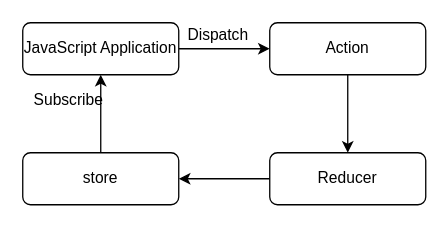
The draw.io diagram Untitled Diagram.drawio in SalvadorLekan/Beserver, before the edit. Source tidied: cells renumbered, new cells numbered last; positions are measured from the earlier drawing's top-left corner, leaving out a move shared by most shapes. Both pictures are drawn from the tidied source at 130%, with x=0, y=0 at pixel (22, 22).
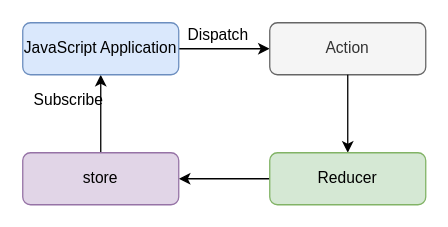
Above is the later version.

The edit, as a diff of the source:
```diff
@@
 <mxGraphModel background="#FFFFFF">
   <root>
     <mxCell id="0" />
     <mxCell id="1" parent="0" />
-    <mxCell id="2" style="edgeStyle=orthogonalEdgeStyle;rounded=0;jettySize=auto;html=1;" parent="1" edge="1" source="4" target="5">
+    <mxCell id="2" style="edgeStyle=orthogonalEdgeStyle;jettySize=auto;html=1;curved=1;" parent="1" edge="1" source="4" target="5">
       <mxGeometry relative="1" as="geometry" />
     </mxCell>
-    <mxCell id="3" style="edgeStyle=orthogonalEdgeStyle;rounded=0;jettySize=auto;html=1;" parent="1" edge="1" source="7" target="4">
+    <mxCell id="3" style="edgeStyle=orthogonalEdgeStyle;jettySize=auto;html=1;curved=1;" parent="1" edge="1" source="7" target="4">
       <mxGeometry relative="1" as="geometry" />
     </mxCell>
-    <mxCell id="4" value="JavaScript Application" style="rounded=1;whiteSpace=wrap;html=1;fontSize=12;glass=0;strokeWidth=1;shadow=0;" parent="1" vertex="1">
+    <mxCell id="4" value="JavaScript Application" style="whiteSpace=wrap;html=1;fontSize=12;glass=0;strokeWidth=1;shadow=0;rounded=1;fillColor=#dae8fc;strokeColor=#6c8ebf;" parent="1" vertex="1">
       <mxGeometry width="120" height="40" as="geometry" />
     </mxCell>
-    <mxCell id="5" value="Action" style="rounded=1;whiteSpace=wrap;html=1;fontSize=12;glass=0;strokeWidth=1;shadow=0;" parent="1" vertex="1">
+    <mxCell id="5" value="Action" style="whiteSpace=wrap;html=1;fontSize=12;glass=0;strokeWidth=1;shadow=0;rounded=1;fillColor=#f5f5f5;strokeColor=#666666;fontColor=#333333;" parent="1" vertex="1">
       <mxGeometry x="190" width="120" height="40" as="geometry" />
     </mxCell>
-    <mxCell id="6" style="edgeStyle=orthogonalEdgeStyle;rounded=0;jettySize=auto;html=1;" parent="1" edge="1" source="9" target="7">
+    <mxCell id="6" style="edgeStyle=orthogonalEdgeStyle;jettySize=auto;html=1;curved=1;" parent="1" edge="1" source="9" target="7">
       <mxGeometry relative="1" as="geometry" />
     </mxCell>
-    <mxCell id="7" value="store" style="rounded=1;whiteSpace=wrap;html=1;fontSize=12;glass=0;strokeWidth=1;shadow=0;" parent="1" vertex="1">
+    <mxCell id="7" value="store" style="whiteSpace=wrap;html=1;fontSize=12;glass=0;strokeWidth=1;shadow=0;rounded=1;fillColor=#e1d5e7;strokeColor=#9673a6;" parent="1" vertex="1">
       <mxGeometry y="100" width="120" height="40" as="geometry" />
     </mxCell>
-    <mxCell id="8" style="edgeStyle=orthogonalEdgeStyle;rounded=0;jettySize=auto;html=1;" parent="1" edge="1" source="5" target="9">
+    <mxCell id="8" style="edgeStyle=orthogonalEdgeStyle;jettySize=auto;html=1;curved=1;" parent="1" edge="1" source="5" target="9">
       <mxGeometry relative="1" as="geometry" />
     </mxCell>
-    <mxCell id="9" value="Reducer" style="rounded=1;whiteSpace=wrap;html=1;fontSize=12;glass=0;strokeWidth=1;shadow=0;" parent="1" vertex="1">
+    <mxCell id="9" value="Reducer" style="whiteSpace=wrap;html=1;fontSize=12;glass=0;strokeWidth=1;shadow=0;rounded=1;fillColor=#d5e8d4;strokeColor=#82b366;" parent="1" vertex="1">
       <mxGeometry x="190" y="100" width="120" height="40" as="geometry" />
     </mxCell>
-    <mxCell id="10" value="Dispatch" style="text;html=1;align=center;verticalAlign=middle;" parent="1" vertex="1">
+    <mxCell id="10" value="Dispatch" style="text;html=1;align=center;verticalAlign=middle;rounded=1;" parent="1" vertex="1">
       <mxGeometry x="120" width="60" height="20" as="geometry" />
     </mxCell>
-    <mxCell id="11" value="Subscribe" style="text;html=1;align=center;verticalAlign=middle;" parent="1" vertex="1">
+    <mxCell id="11" value="Subscribe" style="text;html=1;align=center;verticalAlign=middle;rounded=1;" parent="1" vertex="1">
       <mxGeometry y="50" width="70" height="20" as="geometry" />
     </mxCell>
   </root>
 </mxGraphModel>
```
